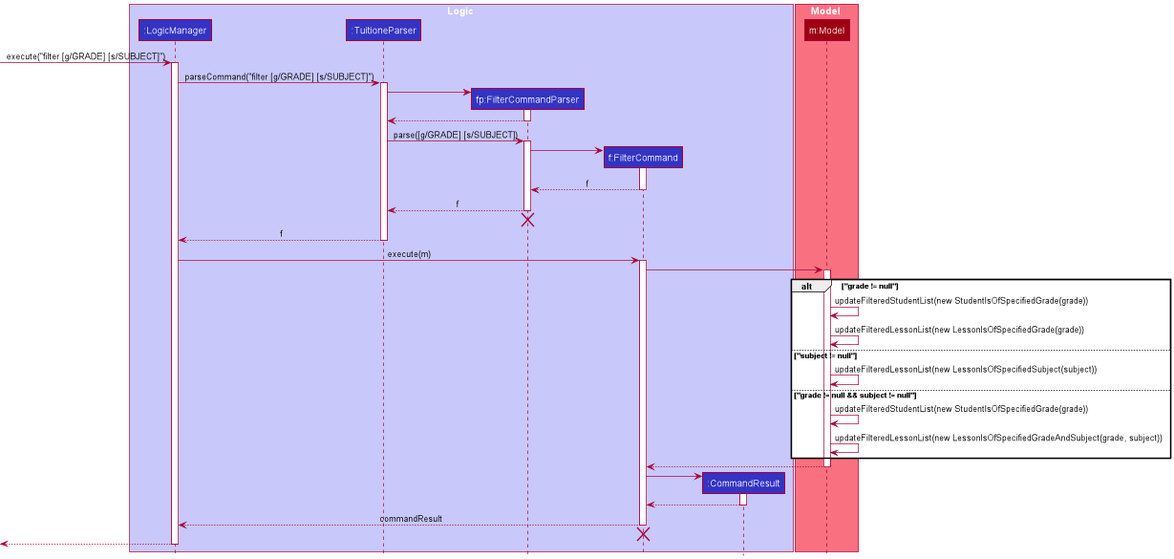
The PlantUML diagram docs/images/FilterSequenceDiagram.png in nus-cs2103-AY2122S1/tp, before a commit.
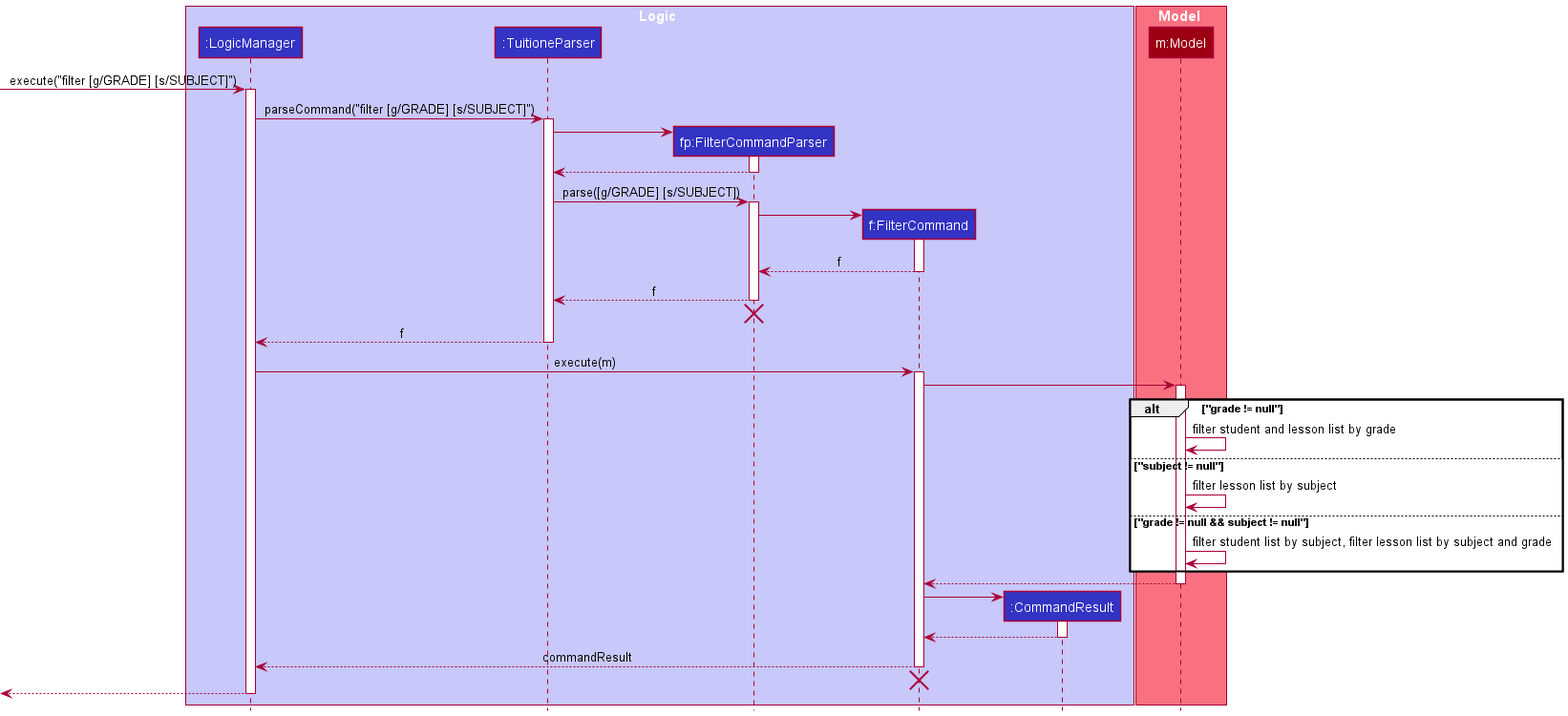
Later version of the same file.

Change to the diagram source:
```diff
@@ -18,7 +18,6 @@
 
 LogicManager -> TuitioneParser : parseCommand("filter [g/GRADE] [s/SUBJECT]")
 activate TuitioneParser
-
 
 create FilterCommandParser
 TuitioneParser -> FilterCommandParser
@@ -52,15 +51,12 @@
 FilterCommand -> Model
 activate Model
 alt "grade != null"
-
-    Model -> Model : updateFilteredStudentList(new StudentIsOfSpecifiedGrade(grade))
-    Model -> Model : updateFilteredLessonList(new LessonIsOfSpecifiedGrade(grade))
+    Model -> Model : filter student and lesson list by grade
 else "subject != null"
-    Model -> Model : updateFilteredLessonList(new LessonIsOfSpecifiedSubject(subject))
+    Model -> Model : filter lesson list by subject
 
 else "grade != null && subject != null"
-    Model -> Model : updateFilteredStudentList(new StudentIsOfSpecifiedGrade(grade))
-    Model -> Model : updateFilteredLessonList(new LessonIsOfSpecifiedGradeAndSubject(grade, subject))
+    Model -> Model : filter student list by subject, filter lesson list by subject and grade
 end
 
 Model --> FilterCommand
```
